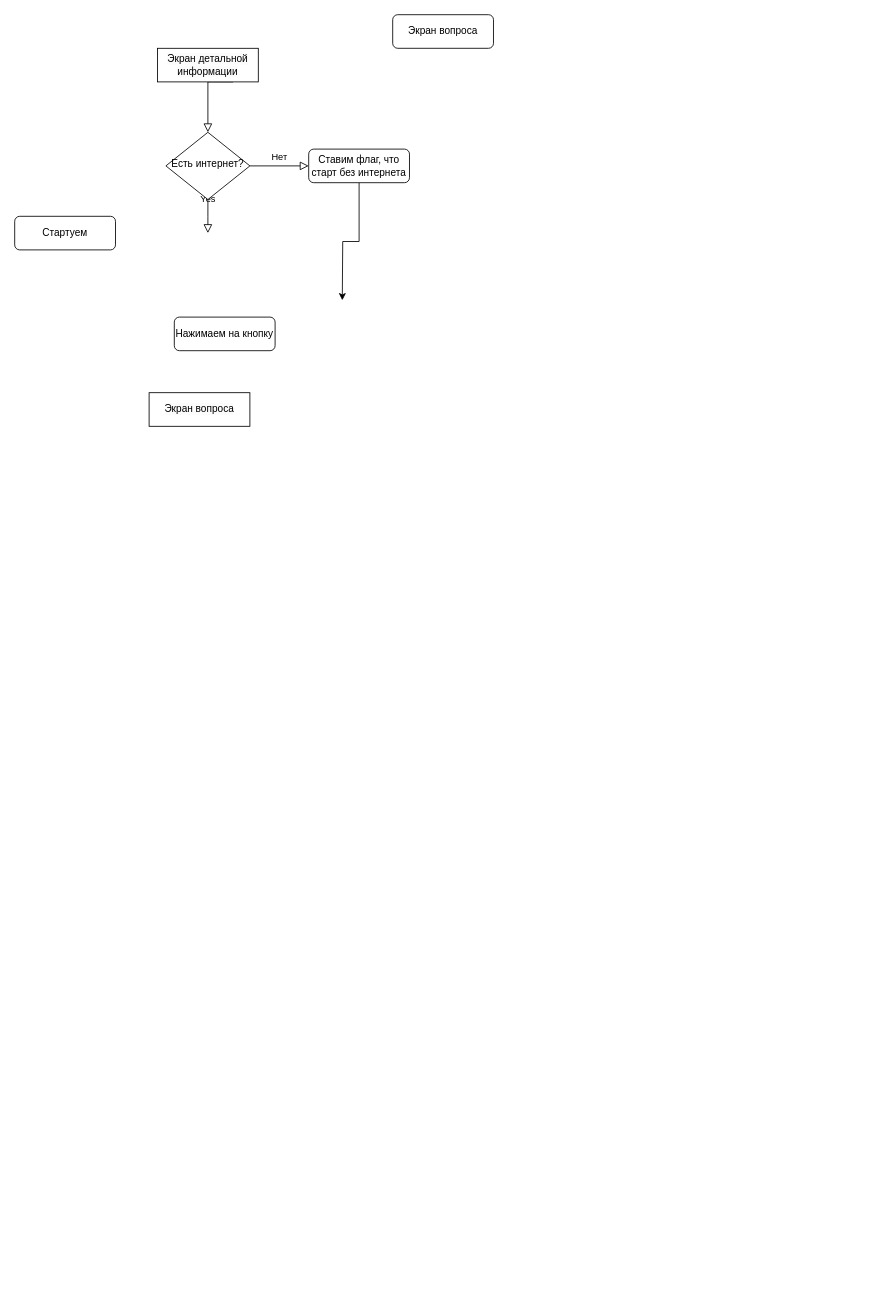
battisq/offline_flow keeps this draw.io diagram as Диаграмма без названия.drawio. Above is the earlier version. Source tidied: cells renumbered, new cells numbered last; positions are measured from the earlier drawing's top-left corner, leaving out a move shared by most shapes. Both pictures are drawn from the tidied source at 84%, with x=0, y=0 at pixel (14, 14).
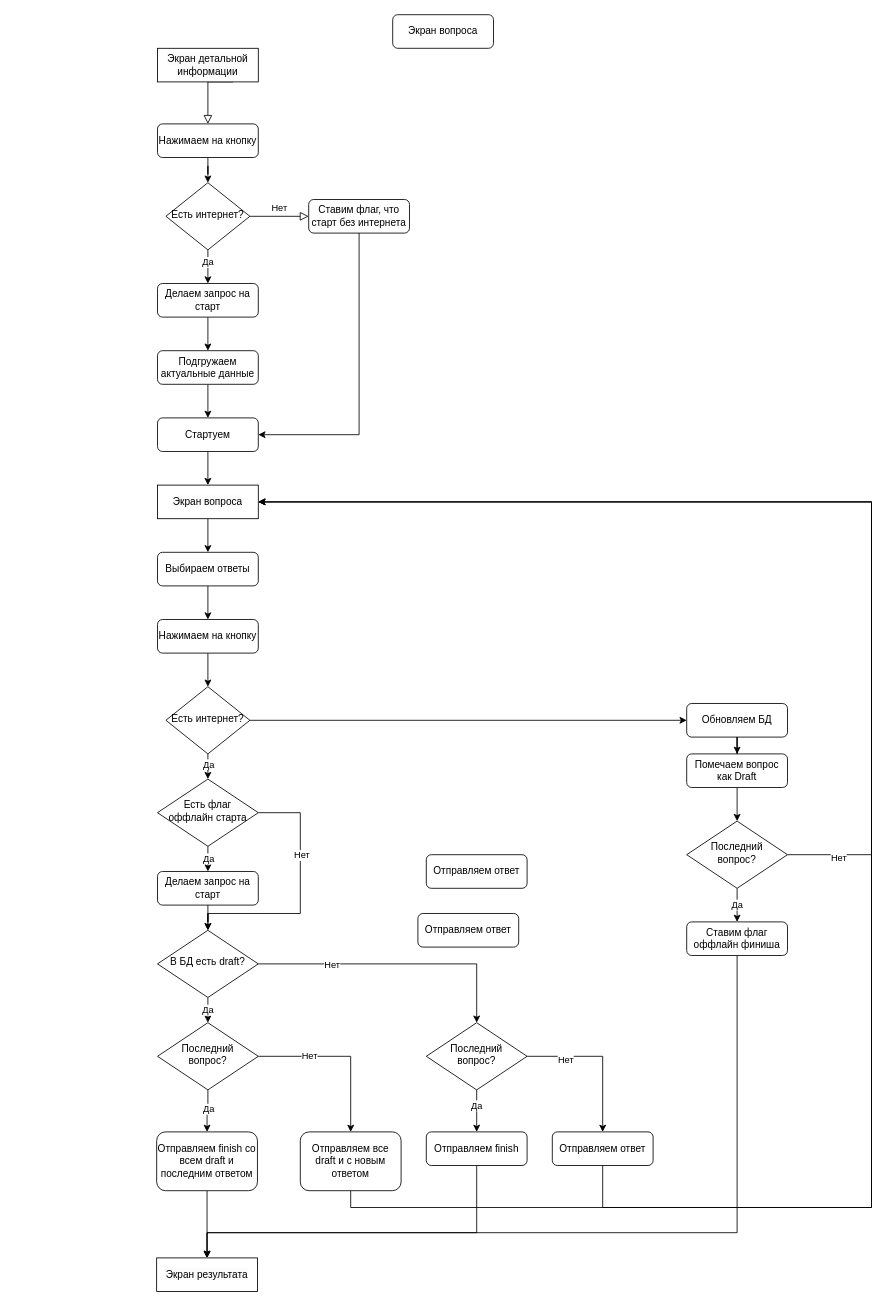
The same diagram, later.

Unchanged cells that the change refers to:
```xml
<mxCell id="12" value="&lt;span style=&quot;color: rgb(0, 0, 0); font-family: Helvetica; font-size: 12px; font-style: normal; font-variant-ligatures: normal; font-variant-caps: normal; font-weight: 400; letter-spacing: normal; orphans: 2; text-align: center; text-indent: 0px; text-transform: none; widows: 2; word-spacing: 0px; -webkit-text-stroke-width: 0px; background-color: rgb(251, 251, 251); text-decoration-thickness: initial; text-decoration-style: initial; text-decoration-color: initial; float: none; display: inline !important;&quot;&gt;Экран детальной информации&lt;/span&gt;" style="rounded=0;whiteSpace=wrap;html=1;" parent="1" vertex="1">
  <mxGeometry x="170" y="40" width="120" height="40" as="geometry" />
</mxCell>
```

What changed in the source:
```diff
@@
-    <mxCell id="2" style="rounded=0;html=1;jettySize=auto;fontSize=11;endArrow=block;endFill=0;endSize=8;strokeWidth=1;shadow=0;labelBackgroundColor=none;edgeStyle=orthogonalEdgeStyle;exitX=0.75;exitY=1;exitDx=0;exitDy=0;" parent="1" edge="1" source="12" target="6">
+    <mxCell id="2" style="rounded=0;html=1;jettySize=auto;fontSize=11;endArrow=block;endFill=0;endSize=8;strokeWidth=1;shadow=0;labelBackgroundColor=none;edgeStyle=orthogonalEdgeStyle;exitX=0.75;exitY=1;exitDx=0;exitDy=0;entryX=0.5;entryY=0;entryDx=0;entryDy=0;" parent="1" edge="1" source="12" target="14">
       <mxGeometry relative="1" as="geometry">
         <Array as="points">
           <mxPoint x="230" y="80" />
         </Array>
       </mxGeometry>
     </mxCell>
@@
-    <mxCell id="4" value="Yes" style="rounded=0;html=1;jettySize=auto;fontSize=11;endArrow=block;endFill=0;endSize=8;strokeWidth=1;shadow=0;labelBackgroundColor=none;edgeStyle=orthogonalEdgeStyle;" parent="1" edge="1" source="6">
-      <mxGeometry y="20" relative="1" as="geometry">
-        <mxPoint x="230" y="260" as="targetPoint" />
-      </mxGeometry>
-    </mxCell>
@@
+    <mxCell id="15" style="edgeStyle=orthogonalEdgeStyle;rounded=0;jettySize=auto;html=1;entryX=0.5;entryY=0;entryDx=0;entryDy=0;" parent="1" edge="1" source="6" target="36">
+      <mxGeometry relative="1" as="geometry" />
+    </mxCell>
+    <mxCell id="16" value="Да" style="edgeLabel;html=1;align=center;verticalAlign=middle;" parent="15" vertex="1">
+      <mxGeometry x="-0.28" y="-1" relative="1" as="geometry" />
+    </mxCell>
     <mxCell id="6" value="Есть интернет?" style="rhombus;whiteSpace=wrap;html=1;shadow=0;fontFamily=Helvetica;fontSize=12;align=center;strokeWidth=1;spacing=6;spacingTop=-4;" parent="1" vertex="1">
-      <mxGeometry x="180" y="140" width="100" height="80" as="geometry" />
+      <mxGeometry x="180" y="200" width="100" height="80" as="geometry" />
     </mxCell>
-    <mxCell id="7" style="edgeStyle=orthogonalEdgeStyle;rounded=0;jettySize=auto;html=1;" parent="1" edge="1" source="8">
+    <mxCell id="7" style="edgeStyle=orthogonalEdgeStyle;rounded=0;jettySize=auto;html=1;entryX=1;entryY=0.5;entryDx=0;entryDy=0;" parent="1" edge="1" source="8" target="11">
       <mxGeometry relative="1" as="geometry">
-        <mxPoint x="390" y="340" as="targetPoint" />
+        <Array as="points">
+          <mxPoint x="410" y="500" />
+        </Array>
       </mxGeometry>
     </mxCell>
     <mxCell id="8" value="Ставим флаг, что старт без интернета" style="rounded=1;whiteSpace=wrap;html=1;fontSize=12;glass=0;strokeWidth=1;shadow=0;" parent="1" vertex="1">
-      <mxGeometry x="350" y="160" width="120" height="40" as="geometry" />
+      <mxGeometry x="350" y="220" width="120" height="40" as="geometry" />
     </mxCell>
@@
+    <mxCell id="17" style="edgeStyle=orthogonalEdgeStyle;rounded=0;jettySize=auto;html=1;" parent="1" edge="1" source="11" target="13">
+      <mxGeometry relative="1" as="geometry" />
+    </mxCell>
     <mxCell id="11" value="Стартуем" style="rounded=1;whiteSpace=wrap;html=1;fontSize=12;glass=0;strokeWidth=1;shadow=0;" parent="1" vertex="1">
-      <mxGeometry y="240" width="120" height="40" as="geometry" />
+      <mxGeometry x="170" y="480" width="120" height="40" as="geometry" />
     </mxCell>
@@
+    <mxCell id="18" style="edgeStyle=orthogonalEdgeStyle;rounded=0;jettySize=auto;html=1;" parent="1" edge="1" source="13" target="23">
+      <mxGeometry relative="1" as="geometry" />
+    </mxCell>
     <mxCell id="13" value="&lt;span style=&quot;color: rgb(0, 0, 0); font-family: Helvetica; font-size: 12px; font-style: normal; font-variant-ligatures: normal; font-variant-caps: normal; font-weight: 400; letter-spacing: normal; orphans: 2; text-align: center; text-indent: 0px; text-transform: none; widows: 2; word-spacing: 0px; -webkit-text-stroke-width: 0px; background-color: rgb(251, 251, 251); text-decoration-thickness: initial; text-decoration-style: initial; text-decoration-color: initial; float: none; display: inline !important;&quot;&gt;Экран вопроса&lt;/span&gt;" style="rounded=0;whiteSpace=wrap;html=1;" parent="1" vertex="1">
-      <mxGeometry x="160" y="450" width="120" height="40" as="geometry" />
+      <mxGeometry x="170" y="560" width="120" height="40" as="geometry" />
     </mxCell>
+    <mxCell id="19" style="edgeStyle=orthogonalEdgeStyle;rounded=0;jettySize=auto;html=1;" parent="1" edge="1" source="14" target="6">
+      <mxGeometry relative="1" as="geometry" />
+    </mxCell>
     <mxCell id="14" value="Нажимаем на кнопку" style="rounded=1;whiteSpace=wrap;html=1;fontSize=12;glass=0;strokeWidth=1;shadow=0;" parent="1" vertex="1">
-      <mxGeometry x="190" y="360" width="120" height="40" as="geometry" />
+      <mxGeometry x="170" y="130" width="120" height="40" as="geometry" />
     </mxCell>
+    <mxCell id="20" style="edgeStyle=orthogonalEdgeStyle;rounded=0;jettySize=auto;html=1;" parent="1" edge="1" source="21" target="11">
+      <mxGeometry relative="1" as="geometry" />
+    </mxCell>
+    <mxCell id="21" value="Подгружаем актуальные данные" style="rounded=1;whiteSpace=wrap;html=1;fontSize=12;glass=0;strokeWidth=1;shadow=0;" parent="1" vertex="1">
+      <mxGeometry x="170" y="400" width="120" height="40" as="geometry" />
+    </mxCell>
+    <mxCell id="22" style="edgeStyle=orthogonalEdgeStyle;rounded=0;jettySize=auto;html=1;" parent="1" edge="1" source="23" target="25">
+      <mxGeometry relative="1" as="geometry" />
+    </mxCell>
+    <mxCell id="23" value="Выбираем ответы" style="rounded=1;whiteSpace=wrap;html=1;fontSize=12;glass=0;strokeWidth=1;shadow=0;" parent="1" vertex="1">
+      <mxGeometry x="170" y="640" width="120" height="40" as="geometry" />
+    </mxCell>
+    <mxCell id="24" style="edgeStyle=orthogonalEdgeStyle;rounded=0;jettySize=auto;html=1;" parent="1" edge="1" source="25" target="29">
+      <mxGeometry relative="1" as="geometry" />
+    </mxCell>
+    <mxCell id="25" value="Нажимаем на кнопку" style="rounded=1;whiteSpace=wrap;html=1;fontSize=12;glass=0;strokeWidth=1;shadow=0;" parent="1" vertex="1">
+      <mxGeometry x="170" y="720" width="120" height="40" as="geometry" />
+    </mxCell>
+    <mxCell id="26" style="edgeStyle=orthogonalEdgeStyle;rounded=0;jettySize=auto;html=1;" parent="1" edge="1" source="29" target="42">
+      <mxGeometry relative="1" as="geometry" />
+    </mxCell>
+    <mxCell id="27" value="Да" style="edgeLabel;html=1;align=center;verticalAlign=middle;" parent="26" vertex="1">
+      <mxGeometry x="0.28" y="-4" relative="1" as="geometry">
+        <mxPoint x="4" as="offset" />
+      </mxGeometry>
+    </mxCell>
+    <mxCell id="28" style="edgeStyle=orthogonalEdgeStyle;rounded=0;jettySize=auto;html=1;exitX=1;exitY=0.5;exitDx=0;exitDy=0;entryX=0;entryY=0.5;entryDx=0;entryDy=0;" parent="1" edge="1" source="29" target="32">
+      <mxGeometry relative="1" as="geometry" />
+    </mxCell>
+    <mxCell id="29" value="Есть интернет?" style="rhombus;whiteSpace=wrap;html=1;shadow=0;fontFamily=Helvetica;fontSize=12;align=center;strokeWidth=1;spacing=6;spacingTop=-4;" parent="1" vertex="1">
+      <mxGeometry x="180" y="800" width="100" height="80" as="geometry" />
+    </mxCell>
+    <mxCell id="30" value="Отправляем ответ" style="rounded=1;whiteSpace=wrap;html=1;fontSize=12;glass=0;strokeWidth=1;shadow=0;" parent="1" vertex="1">
+      <mxGeometry x="480" y="1070" width="120" height="40" as="geometry" />
+    </mxCell>
+    <mxCell id="31" style="edgeStyle=orthogonalEdgeStyle;rounded=0;jettySize=auto;html=1;" parent="1" edge="1" source="32" target="34">
+      <mxGeometry relative="1" as="geometry" />
+    </mxCell>
+    <mxCell id="32" value="Обновляем БД" style="rounded=1;whiteSpace=wrap;html=1;fontSize=12;glass=0;strokeWidth=1;shadow=0;" parent="1" vertex="1">
+      <mxGeometry x="800" y="820" width="120" height="40" as="geometry" />
+    </mxCell>
+    <mxCell id="33" style="edgeStyle=orthogonalEdgeStyle;rounded=0;jettySize=auto;html=1;" parent="1" edge="1" source="34" target="70">
+      <mxGeometry relative="1" as="geometry" />
+    </mxCell>
+    <mxCell id="34" value="Помечаем вопрос как Draft" style="rounded=1;whiteSpace=wrap;html=1;fontSize=12;glass=0;strokeWidth=1;shadow=0;" parent="1" vertex="1">
+      <mxGeometry x="800" y="880" width="120" height="40" as="geometry" />
+    </mxCell>
+    <mxCell id="35" style="edgeStyle=orthogonalEdgeStyle;rounded=0;jettySize=auto;html=1;exitX=0.5;exitY=1;exitDx=0;exitDy=0;entryX=0.5;entryY=0;entryDx=0;entryDy=0;" parent="1" edge="1" source="36" target="21">
+      <mxGeometry relative="1" as="geometry" />
+    </mxCell>
+    <mxCell id="36" value="Делаем запрос на старт" style="rounded=1;whiteSpace=wrap;html=1;fontSize=12;glass=0;strokeWidth=1;shadow=0;" parent="1" vertex="1">
+      <mxGeometry x="170" y="320" width="120" height="40" as="geometry" />
+    </mxCell>
+    <mxCell id="37" value="Отправляем ответ" style="rounded=1;whiteSpace=wrap;html=1;fontSize=12;glass=0;strokeWidth=1;shadow=0;" parent="1" vertex="1">
+      <mxGeometry x="490" y="1000" width="120" height="40" as="geometry" />
+    </mxCell>
+    <mxCell id="38" style="edgeStyle=orthogonalEdgeStyle;rounded=0;jettySize=auto;html=1;entryX=0.5;entryY=0;entryDx=0;entryDy=0;" parent="1" edge="1" source="42" target="44">
+      <mxGeometry relative="1" as="geometry" />
+    </mxCell>
+    <mxCell id="39" value="Да" style="edgeLabel;html=1;align=center;verticalAlign=middle;" parent="38" vertex="1">
+      <mxGeometry x="0.36" relative="1" as="geometry" />
+    </mxCell>
+    <mxCell id="40" style="edgeStyle=orthogonalEdgeStyle;rounded=0;jettySize=auto;html=1;exitX=1;exitY=0.5;exitDx=0;exitDy=0;entryX=0.5;entryY=0;entryDx=0;entryDy=0;" parent="1" edge="1" source="42" target="48">
+      <mxGeometry relative="1" as="geometry">
+        <Array as="points">
+          <mxPoint x="340" y="950" />
+          <mxPoint x="340" y="1070" />
+          <mxPoint x="230" y="1070" />
+        </Array>
+      </mxGeometry>
+    </mxCell>
+    <mxCell id="41" value="Нет" style="edgeLabel;html=1;align=center;verticalAlign=middle;" parent="40" vertex="1">
+      <mxGeometry x="-0.33" y="1" relative="1" as="geometry" />
+    </mxCell>
+    <mxCell id="42" value="Есть флаг оффлайн старта" style="rhombus;whiteSpace=wrap;html=1;shadow=0;fontFamily=Helvetica;fontSize=12;align=center;strokeWidth=1;spacing=6;spacingTop=-4;" parent="1" vertex="1">
+      <mxGeometry x="170" y="910" width="120" height="80" as="geometry" />
+    </mxCell>
+    <mxCell id="43" style="edgeStyle=orthogonalEdgeStyle;rounded=0;jettySize=auto;html=1;" parent="1" edge="1" source="44" target="48">
+      <mxGeometry relative="1" as="geometry" />
+    </mxCell>
+    <mxCell id="44" value="Делаем запрос на старт" style="rounded=1;whiteSpace=wrap;html=1;fontSize=12;glass=0;strokeWidth=1;shadow=0;" parent="1" vertex="1">
+      <mxGeometry x="170" y="1020" width="120" height="40" as="geometry" />
+    </mxCell>
+    <mxCell id="45" value="Да" style="edgeStyle=orthogonalEdgeStyle;rounded=0;jettySize=auto;html=1;" parent="1" edge="1" source="48" target="53">
+      <mxGeometry relative="1" as="geometry" />
+    </mxCell>
+    <mxCell id="46" style="edgeStyle=orthogonalEdgeStyle;rounded=0;jettySize=auto;html=1;exitX=1;exitY=0.5;exitDx=0;exitDy=0;" parent="1" edge="1" source="48" target="64">
+      <mxGeometry relative="1" as="geometry" />
+    </mxCell>
+    <mxCell id="47" value="Нет" style="edgeLabel;html=1;align=center;verticalAlign=middle;" parent="46" vertex="1">
+      <mxGeometry x="-0.47" y="-4" relative="1" as="geometry">
+        <mxPoint y="-4" as="offset" />
+      </mxGeometry>
+    </mxCell>
+    <mxCell id="48" value="В БД есть draft?" style="rhombus;whiteSpace=wrap;html=1;shadow=0;fontFamily=Helvetica;fontSize=12;align=center;strokeWidth=1;spacing=6;spacingTop=-4;" parent="1" vertex="1">
+      <mxGeometry x="170" y="1090" width="120" height="80" as="geometry" />
+    </mxCell>
+    <mxCell id="49" style="edgeStyle=orthogonalEdgeStyle;rounded=0;jettySize=auto;html=1;" parent="1" edge="1" source="53" target="55">
+      <mxGeometry relative="1" as="geometry" />
+    </mxCell>
+    <mxCell id="50" value="Да" style="edgeLabel;html=1;align=center;verticalAlign=middle;" parent="49" vertex="1">
+      <mxGeometry x="-0.12" y="2" relative="1" as="geometry">
+        <mxPoint x="-2" as="offset" />
+      </mxGeometry>
+    </mxCell>
+    <mxCell id="51" style="edgeStyle=orthogonalEdgeStyle;rounded=0;jettySize=auto;html=1;exitX=1;exitY=0.5;exitDx=0;exitDy=0;entryX=0.5;entryY=0;entryDx=0;entryDy=0;" parent="1" edge="1" source="53" target="57">
+      <mxGeometry relative="1" as="geometry" />
+    </mxCell>
+    <mxCell id="52" value="Нет" style="edgeLabel;html=1;align=center;verticalAlign=middle;" parent="51" vertex="1">
+      <mxGeometry x="-0.4" y="1" relative="1" as="geometry" />
+    </mxCell>
+    <mxCell id="53" value="Последний вопрос?" style="rhombus;whiteSpace=wrap;html=1;shadow=0;fontFamily=Helvetica;fontSize=12;align=center;strokeWidth=1;spacing=6;spacingTop=-4;" parent="1" vertex="1">
+      <mxGeometry x="170" y="1200" width="120" height="80" as="geometry" />
+    </mxCell>
+    <mxCell id="54" style="edgeStyle=orthogonalEdgeStyle;rounded=0;jettySize=auto;html=1;" parent="1" edge="1" source="55" target="73">
+      <mxGeometry relative="1" as="geometry" />
+    </mxCell>
+    <mxCell id="55" value="Отправляем finish со всем draft и последним ответом" style="rounded=1;whiteSpace=wrap;html=1;fontSize=12;glass=0;strokeWidth=1;shadow=0;" parent="1" vertex="1">
+      <mxGeometry x="169" y="1330" width="120" height="70" as="geometry" />
+    </mxCell>
+    <mxCell id="56" style="edgeStyle=orthogonalEdgeStyle;rounded=0;jettySize=auto;html=1;exitX=0.5;exitY=1;exitDx=0;exitDy=0;entryX=1;entryY=0.5;entryDx=0;entryDy=0;" parent="1" edge="1" source="57" target="13">
+      <mxGeometry relative="1" as="geometry">
+        <Array as="points">
+          <mxPoint x="400" y="1420" />
+          <mxPoint x="1020" y="1420" />
+          <mxPoint x="1020" y="580" />
+        </Array>
+      </mxGeometry>
+    </mxCell>
+    <mxCell id="57" value="Отправляем все draft и с новым ответом" style="rounded=1;whiteSpace=wrap;html=1;fontSize=12;glass=0;strokeWidth=1;shadow=0;" parent="1" vertex="1">
+      <mxGeometry x="340" y="1330" width="120" height="70" as="geometry" />
+    </mxCell>
+    <mxCell id="58" style="edgeStyle=orthogonalEdgeStyle;rounded=0;jettySize=auto;html=1;exitX=0.5;exitY=1;exitDx=0;exitDy=0;entryX=1;entryY=0.5;entryDx=0;entryDy=0;" parent="1" edge="1" source="59" target="13">
+      <mxGeometry relative="1" as="geometry">
+        <Array as="points">
+          <mxPoint x="700" y="1420" />
+          <mxPoint x="1020" y="1420" />
+          <mxPoint x="1020" y="580" />
+        </Array>
+      </mxGeometry>
+    </mxCell>
+    <mxCell id="59" value="Отправляем ответ" style="rounded=1;whiteSpace=wrap;html=1;fontSize=12;glass=0;strokeWidth=1;shadow=0;" parent="1" vertex="1">
+      <mxGeometry x="640" y="1330" width="120" height="40" as="geometry" />
+    </mxCell>
+    <mxCell id="60" style="edgeStyle=orthogonalEdgeStyle;rounded=0;jettySize=auto;html=1;" parent="1" edge="1" source="64" target="66">
+      <mxGeometry relative="1" as="geometry" />
+    </mxCell>
+    <mxCell id="61" value="Да" style="edgeLabel;html=1;align=center;verticalAlign=middle;" parent="60" vertex="1">
+      <mxGeometry x="-0.29" y="-1" relative="1" as="geometry" />
+    </mxCell>
+    <mxCell id="62" style="edgeStyle=orthogonalEdgeStyle;rounded=0;jettySize=auto;html=1;exitX=1;exitY=0.5;exitDx=0;exitDy=0;" parent="1" edge="1" source="64" target="59">
+      <mxGeometry relative="1" as="geometry" />
+    </mxCell>
+    <mxCell id="63" value="Нет" style="edgeLabel;html=1;align=center;verticalAlign=middle;" parent="62" vertex="1">
+      <mxGeometry x="-0.5" y="-3" relative="1" as="geometry" />
+    </mxCell>
+    <mxCell id="64" value="Последний вопрос?" style="rhombus;whiteSpace=wrap;html=1;shadow=0;fontFamily=Helvetica;fontSize=12;align=center;strokeWidth=1;spacing=6;spacingTop=-4;" parent="1" vertex="1">
+      <mxGeometry x="490" y="1200" width="120" height="80" as="geometry" />
+    </mxCell>
+    <mxCell id="65" style="edgeStyle=orthogonalEdgeStyle;rounded=0;jettySize=auto;html=1;exitX=0.5;exitY=1;exitDx=0;exitDy=0;entryX=0.5;entryY=0;entryDx=0;entryDy=0;" parent="1" edge="1" source="66" target="73">
+      <mxGeometry relative="1" as="geometry">
+        <Array as="points">
+          <mxPoint x="550" y="1450" />
+          <mxPoint x="229" y="1450" />
+        </Array>
+      </mxGeometry>
+    </mxCell>
+    <mxCell id="66" value="Отправляем finish" style="rounded=1;whiteSpace=wrap;html=1;fontSize=12;glass=0;strokeWidth=1;shadow=0;" parent="1" vertex="1">
+      <mxGeometry x="490" y="1330" width="120" height="40" as="geometry" />
+    </mxCell>
+    <mxCell id="67" style="edgeStyle=orthogonalEdgeStyle;rounded=0;jettySize=auto;html=1;exitX=1;exitY=0.5;exitDx=0;exitDy=0;entryX=1;entryY=0.5;entryDx=0;entryDy=0;" parent="1" edge="1" source="70" target="13">
+      <mxGeometry relative="1" as="geometry">
+        <Array as="points">
+          <mxPoint x="1020" y="1000" />
+          <mxPoint x="1020" y="580" />
+        </Array>
+      </mxGeometry>
+    </mxCell>
+    <mxCell id="68" value="Нет" style="edgeLabel;html=1;align=center;verticalAlign=middle;" parent="67" vertex="1">
+      <mxGeometry x="-0.53" y="-5" relative="1" as="geometry">
+        <mxPoint x="-45" y="197" as="offset" />
+      </mxGeometry>
+    </mxCell>
+    <mxCell id="69" value="Да" style="edgeStyle=orthogonalEdgeStyle;rounded=0;jettySize=auto;html=1;" parent="1" edge="1" source="70" target="72">
+      <mxGeometry relative="1" as="geometry" />
+    </mxCell>
+    <mxCell id="70" value="Последний вопрос?" style="rhombus;whiteSpace=wrap;html=1;shadow=0;fontFamily=Helvetica;fontSize=12;align=center;strokeWidth=1;spacing=6;spacingTop=-4;" parent="1" vertex="1">
+      <mxGeometry x="800" y="960" width="120" height="80" as="geometry" />
+    </mxCell>
+    <mxCell id="71" style="edgeStyle=orthogonalEdgeStyle;rounded=0;jettySize=auto;html=1;exitX=0.5;exitY=1;exitDx=0;exitDy=0;entryX=0.5;entryY=0;entryDx=0;entryDy=0;" parent="1" edge="1" source="72" target="73">
+      <mxGeometry relative="1" as="geometry">
+        <Array as="points">
+          <mxPoint x="860" y="1450" />
+          <mxPoint x="229" y="1450" />
+        </Array>
+      </mxGeometry>
+    </mxCell>
+    <mxCell id="72" value="Ставим флаг оффлайн финиша" style="rounded=1;whiteSpace=wrap;html=1;fontSize=12;glass=0;strokeWidth=1;shadow=0;" parent="1" vertex="1">
+      <mxGeometry x="800" y="1080" width="120" height="40" as="geometry" />
+    </mxCell>
+    <mxCell id="73" value="&lt;span style=&quot;color: rgb(0, 0, 0); font-family: Helvetica; font-size: 12px; font-style: normal; font-variant-ligatures: normal; font-variant-caps: normal; font-weight: 400; letter-spacing: normal; orphans: 2; text-align: center; text-indent: 0px; text-transform: none; widows: 2; word-spacing: 0px; -webkit-text-stroke-width: 0px; background-color: rgb(251, 251, 251); text-decoration-thickness: initial; text-decoration-style: initial; text-decoration-color: initial; float: none; display: inline !important;&quot;&gt;Экран результата&lt;/span&gt;" style="rounded=0;whiteSpace=wrap;html=1;" parent="1" vertex="1">
+      <mxGeometry x="169" y="1480" width="120" height="40" as="geometry" />
+    </mxCell>
```
